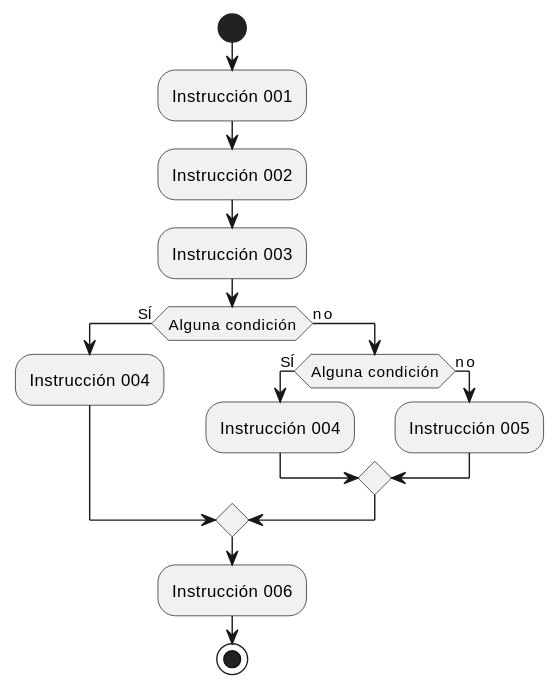
Earlier version of the PlantUML export imagenes/modelosUML/alternativas003.svg (mmasias/23-24-prg1). Source of this version:
```plantuml
@startuml
start

:Instrucción 001;
:Instrucción 002;
:Instrucción 003;

if (Alguna condición) then (SÍ)
  :Instrucción 004;
else (no)
  if (Alguna condición) then (SÍ)
  :Instrucción 004;
else (no)
  :Instrucción 005;
endif
endif

:Instrucción 006;

stop
@enduml
```
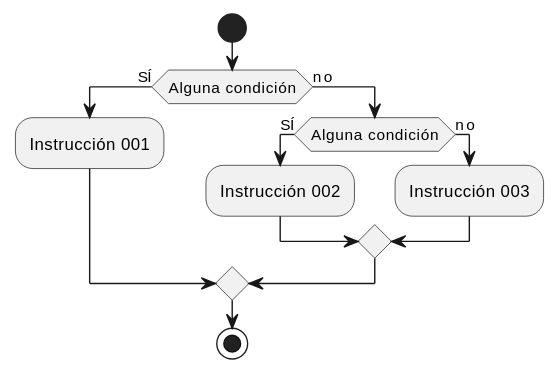
Later version of the same file.

The edit, as a diff of the source:
```diff
@@ -1,21 +1,15 @@
 @startuml
 start
 
-:Instrucción 001;
-:Instrucción 002;
-:Instrucción 003;
-
 if (Alguna condición) then (SÍ)
-  :Instrucción 004;
+  :Instrucción 001;
 else (no)
   if (Alguna condición) then (SÍ)
-  :Instrucción 004;
+  :Instrucción 002;
 else (no)
-  :Instrucción 005;
+  :Instrucción 003;
 endif
 endif
 
-:Instrucción 006;
-
 stop
 @enduml
```
